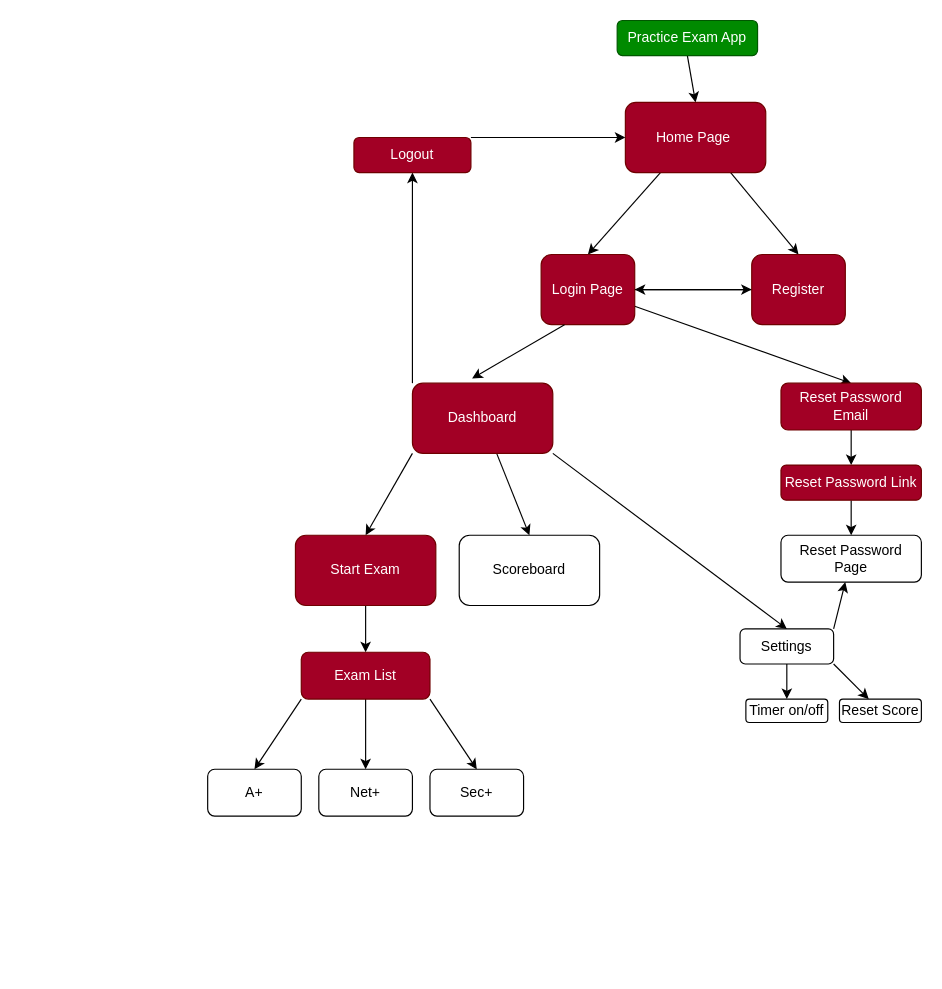
The draw.io diagram exams/flow.drawio in elbori77/Django-LMS-Project, before the edit. Source tidied: cells renumbered, new cells numbered last; positions are measured from the earlier drawing's top-left corner, leaving out a move shared by most shapes. Both pictures are drawn from the tidied source at 117%, with x=0, y=0 at pixel (207, 20).
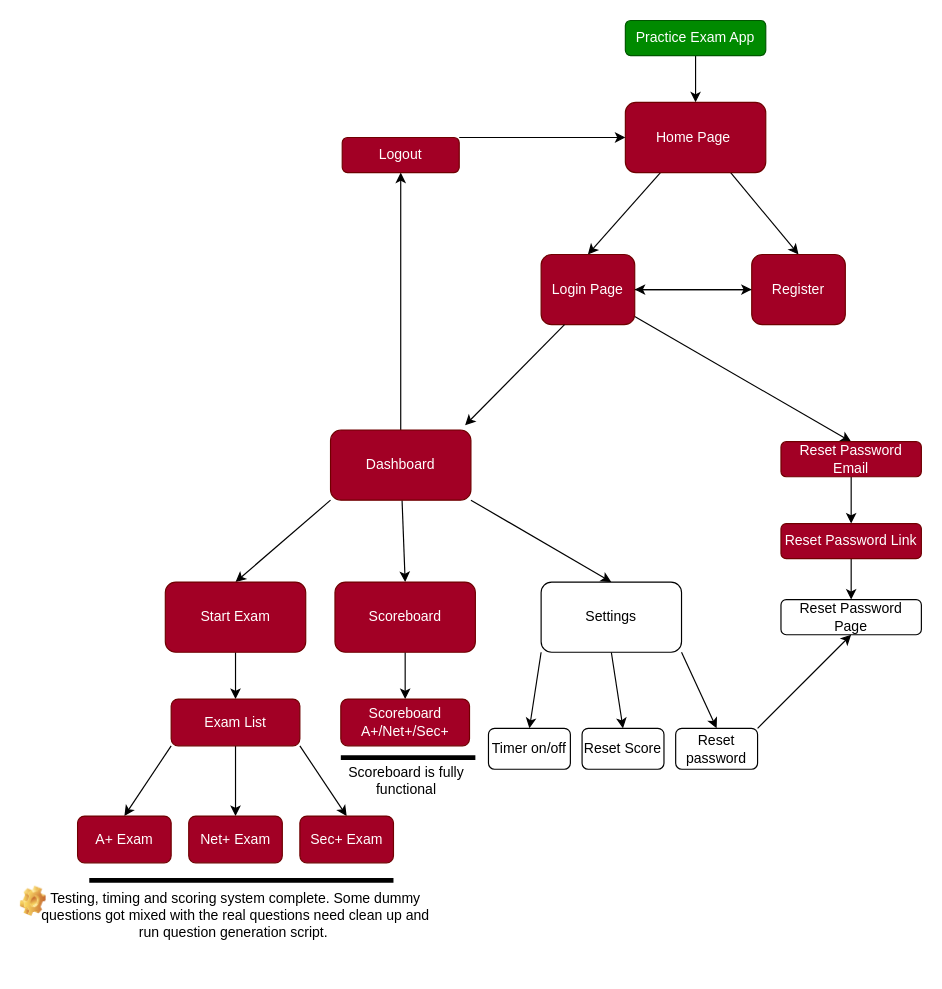
The same diagram, later.

Unchanged cells that the change refers to:
```xml
<mxCell id="9" value="Login Page" style="rounded=1;whiteSpace=wrap;html=1;fillColor=#a20025;fontColor=#ffffff;strokeColor=#6F0000;" parent="1" vertex="1">
  <mxGeometry x="285" y="200" width="80" height="60" as="geometry" />
</mxCell>
```

Diff of the diagram source:
```diff
@@
     <mxCell id="3" value="Practice Exam App" style="rounded=1;whiteSpace=wrap;html=1;fillColor=#008a00;fontColor=#ffffff;strokeColor=#005700;" parent="1" vertex="1">
-      <mxGeometry x="350" width="120" height="30" as="geometry" />
+      <mxGeometry x="357" width="120" height="30" as="geometry" />
     </mxCell>
@@
     <mxCell id="13" style="edgeStyle=none;html=1;entryX=0.5;entryY=0;entryDx=0;entryDy=0;" parent="1" edge="1" target="27">
       <mxGeometry relative="1" as="geometry">
-        <mxPoint x="295" y="370" as="sourcePoint" />
+        <mxPoint x="225" y="410" as="sourcePoint" />
       </mxGeometry>
     </mxCell>
-    <mxCell id="14" style="edgeStyle=none;html=1;exitX=0;exitY=0;exitDx=0;exitDy=0;entryX=0.5;entryY=1;entryDx=0;entryDy=0;" parent="1" edge="1" source="16" target="21">
+    <mxCell id="14" style="edgeStyle=none;html=1;exitX=0.5;exitY=0;exitDx=0;exitDy=0;entryX=0.5;entryY=1;entryDx=0;entryDy=0;" parent="1" edge="1" source="16" target="21">
       <mxGeometry relative="1" as="geometry" />
     </mxCell>
@@
     <mxCell id="16" value="Dashboard" style="rounded=1;whiteSpace=wrap;html=1;fillColor=#a20025;fontColor=#ffffff;strokeColor=#6F0000;" parent="1" vertex="1">
-      <mxGeometry x="175" y="310" width="120" height="60" as="geometry" />
+      <mxGeometry x="105" y="350" width="120" height="60" as="geometry" />
     </mxCell>
-    <mxCell id="17" style="edgeStyle=none;html=1;exitX=0.25;exitY=1;exitDx=0;exitDy=0;entryX=0.425;entryY=-0.067;entryDx=0;entryDy=0;entryPerimeter=0;" parent="1" edge="1" source="9" target="16">
-      <mxGeometry relative="1" as="geometry" />
+    <mxCell id="17" style="edgeStyle=none;html=1;exitX=0.25;exitY=1;exitDx=0;exitDy=0;" parent="1" edge="1" source="9">
+      <mxGeometry relative="1" as="geometry">
+        <mxPoint x="220" y="346" as="targetPoint" />
+      </mxGeometry>
     </mxCell>
@@
     <mxCell id="19" value="Reset Password Email" style="rounded=1;whiteSpace=wrap;html=1;fillColor=#a20025;fontColor=#ffffff;strokeColor=#6F0000;" parent="1" vertex="1">
-      <mxGeometry x="490" y="310" width="120" height="40" as="geometry" />
+      <mxGeometry x="490" y="360" width="120" height="30" as="geometry" />
     </mxCell>
@@
     <mxCell id="21" value="Logout" style="rounded=1;whiteSpace=wrap;html=1;fillColor=#a20025;fontColor=#ffffff;strokeColor=#6F0000;" parent="1" vertex="1">
-      <mxGeometry x="125" y="100" width="100" height="30" as="geometry" />
+      <mxGeometry x="115" y="100" width="100" height="30" as="geometry" />
     </mxCell>
@@
     <mxCell id="23" value="Start Exam" style="rounded=1;whiteSpace=wrap;html=1;fillColor=#a20025;fontColor=#ffffff;strokeColor=#6F0000;" parent="1" vertex="1">
-      <mxGeometry x="75" y="440" width="120" height="60" as="geometry" />
+      <mxGeometry x="-36.2" y="480" width="120" height="60" as="geometry" />
     </mxCell>
+    <mxCell id="26" style="edgeStyle=none;html=1;exitX=0.5;exitY=1;exitDx=0;exitDy=0;entryX=0.5;entryY=0;entryDx=0;entryDy=0;" parent="1" edge="1" source="27" target="30">
+      <mxGeometry relative="1" as="geometry" />
+    </mxCell>
-    <mxCell id="24" style="edgeStyle=none;html=1;exitX=0.5;exitY=1;exitDx=0;exitDy=0;entryX=0.5;entryY=0;entryDx=0;entryDy=0;" parent="1" edge="1" source="27" target="28">
+    <mxCell id="24" style="edgeStyle=none;html=1;exitX=0;exitY=1;exitDx=0;exitDy=0;entryX=0.5;entryY=0;entryDx=0;entryDy=0;" parent="1" edge="1" source="27" target="28">
       <mxGeometry relative="1" as="geometry" />
     </mxCell>
-    <mxCell id="25" style="edgeStyle=none;html=1;exitX=1;exitY=0;exitDx=0;exitDy=0;" parent="1" edge="1" source="27" target="29">
-      <mxGeometry relative="1" as="geometry" />
-    </mxCell>
-    <mxCell id="26" style="edgeStyle=none;html=1;exitX=1;exitY=1;exitDx=0;exitDy=0;" parent="1" edge="1" source="27" target="30">
-      <mxGeometry relative="1" as="geometry" />
-    </mxCell>
+    <mxCell id="41" style="edgeStyle=none;html=1;exitX=1;exitY=1;exitDx=0;exitDy=0;entryX=0.5;entryY=0;entryDx=0;entryDy=0;" parent="1" edge="1" source="27" target="50">
+      <mxGeometry relative="1" as="geometry" />
+    </mxCell>
     <mxCell id="27" value="Settings" style="rounded=1;whiteSpace=wrap;html=1;" parent="1" vertex="1">
-      <mxGeometry x="455" y="520" width="80" height="30" as="geometry" />
+      <mxGeometry x="285" y="480" width="120" height="60" as="geometry" />
     </mxCell>
     <mxCell id="28" value="Timer on/off" style="rounded=1;whiteSpace=wrap;html=1;" parent="1" vertex="1">
-      <mxGeometry x="460" y="580" width="70" height="20" as="geometry" />
+      <mxGeometry x="240" y="605" width="70" height="35" as="geometry" />
     </mxCell>
     <mxCell id="29" value="Reset Password Page" style="rounded=1;whiteSpace=wrap;html=1;" parent="1" vertex="1">
-      <mxGeometry x="490" y="440" width="120" height="40" as="geometry" />
+      <mxGeometry x="490" y="495" width="120" height="30" as="geometry" />
     </mxCell>
     <mxCell id="30" value="Reset Score" style="rounded=1;whiteSpace=wrap;html=1;" parent="1" vertex="1">
-      <mxGeometry x="540" y="580" width="70" height="20" as="geometry" />
+      <mxGeometry x="320" y="605" width="70" height="35" as="geometry" />
     </mxCell>
@@
     <mxCell id="34" value="Exam List" style="rounded=1;whiteSpace=wrap;html=1;fillColor=#a20025;fontColor=#ffffff;strokeColor=#6F0000;" parent="1" vertex="1">
-      <mxGeometry x="80" y="540" width="110" height="40" as="geometry" />
+      <mxGeometry x="-31.2" y="580" width="110" height="40" as="geometry" />
     </mxCell>
-    <mxCell id="35" value="Sec+" style="rounded=1;whiteSpace=wrap;html=1;" parent="1" vertex="1">
-      <mxGeometry x="190" y="640" width="80" height="40" as="geometry" />
+    <mxCell id="35" value="Sec+ Exam" style="rounded=1;whiteSpace=wrap;html=1;fillColor=#a20025;fontColor=#ffffff;strokeColor=#6F0000;" parent="1" vertex="1">
+      <mxGeometry x="78.8" y="680" width="80" height="40" as="geometry" />
     </mxCell>
-    <mxCell id="36" value="Net+" style="rounded=1;whiteSpace=wrap;html=1;" parent="1" vertex="1">
-      <mxGeometry x="95" y="640" width="80" height="40" as="geometry" />
+    <mxCell id="36" value="Net+ Exam" style="rounded=1;whiteSpace=wrap;html=1;fillColor=#a20025;fontColor=#ffffff;strokeColor=#6F0000;" parent="1" vertex="1">
+      <mxGeometry x="-16.2" y="680" width="80" height="40" as="geometry" />
     </mxCell>
-    <mxCell id="37" value="A+" style="rounded=1;whiteSpace=wrap;html=1;" parent="1" vertex="1">
-      <mxGeometry y="640" width="80" height="40" as="geometry" />
+    <mxCell id="37" value="A+ Exam" style="rounded=1;whiteSpace=wrap;html=1;fillColor=#a20025;fontColor=#ffffff;strokeColor=#6F0000;" parent="1" vertex="1">
+      <mxGeometry x="-111.2" y="680" width="80" height="40" as="geometry" />
     </mxCell>
+    <mxCell id="42" style="edgeStyle=none;html=1;" parent="1" edge="1" source="38" target="45">
+      <mxGeometry relative="1" as="geometry" />
+    </mxCell>
-    <mxCell id="38" value="Scoreboard" style="rounded=1;whiteSpace=wrap;html=1;" parent="1" vertex="1">
-      <mxGeometry x="215" y="440" width="120" height="60" as="geometry" />
+    <mxCell id="38" value="Scoreboard" style="rounded=1;whiteSpace=wrap;html=1;fillColor=#a20025;fontColor=#ffffff;strokeColor=#6F0000;" parent="1" vertex="1">
+      <mxGeometry x="108.8" y="480" width="120" height="60" as="geometry" />
     </mxCell>
@@
     <mxCell id="40" value="Reset Password Link" style="rounded=1;whiteSpace=wrap;html=1;fillColor=#a20025;fontColor=#ffffff;strokeColor=#6F0000;" parent="1" vertex="1">
-      <mxGeometry x="490" y="380" width="120" height="30" as="geometry" />
+      <mxGeometry x="490" y="430" width="120" height="30" as="geometry" />
     </mxCell>
+    <mxCell id="43" value="Testing, timing and scoring system complete. Some dummy questions got mixed with the real questions need clean up and run question generation script.&amp;nbsp;" style="text;align=center;verticalAlign=middle;rounded=0;html=1;whiteSpace=wrap;fontStyle=0;" parent="1" vertex="1">
+      <mxGeometry x="-150" y="720" width="347.5" height="90" as="geometry" />
+    </mxCell>
+    <mxCell id="44" style="line;strokeWidth=4;html=1;perimeter=backbonePerimeter;" parent="1" vertex="1">
+      <mxGeometry x="-101.2" y="730" width="260" height="10" as="geometry" />
+    </mxCell>
+    <mxCell id="45" value="Scoreboard A+/Net+/Sec+" style="rounded=1;whiteSpace=wrap;html=1;fillColor=#a20025;fontColor=#ffffff;strokeColor=#6F0000;" parent="1" vertex="1">
+      <mxGeometry x="113.8" y="580" width="110" height="40" as="geometry" />
+    </mxCell>
+    <mxCell id="46" style="line;strokeWidth=4;html=1;perimeter=backbonePerimeter;" parent="1" vertex="1">
+      <mxGeometry x="113.8" y="625" width="115" height="10" as="geometry" />
+    </mxCell>
+    <mxCell id="47" value="Scoreboard is fully functional" style="text;html=1;align=center;verticalAlign=middle;whiteSpace=wrap;rounded=0;" parent="1" vertex="1">
+      <mxGeometry x="111.2" y="635" width="117.5" height="30" as="geometry" />
+    </mxCell>
+    <mxCell id="48" style="shape=image;html=1;verticalLabelPosition=bottom;verticalAlign=top;imageAspect=1;image=img/clipart/Gear_128x128.png;strokeWidth=1;fontSize=7;" parent="1" vertex="1">
+      <mxGeometry x="-160" y="740" width="22" height="25.8" as="geometry" />
+    </mxCell>
+    <mxCell id="49" style="edgeStyle=none;html=1;exitX=1;exitY=0;exitDx=0;exitDy=0;entryX=0.5;entryY=1;entryDx=0;entryDy=0;" parent="1" edge="1" source="50" target="29">
+      <mxGeometry relative="1" as="geometry" />
+    </mxCell>
+    <mxCell id="50" value="Reset password" style="rounded=1;whiteSpace=wrap;html=1;" parent="1" vertex="1">
+      <mxGeometry x="400" y="605" width="70" height="35" as="geometry" />
+    </mxCell>
```
